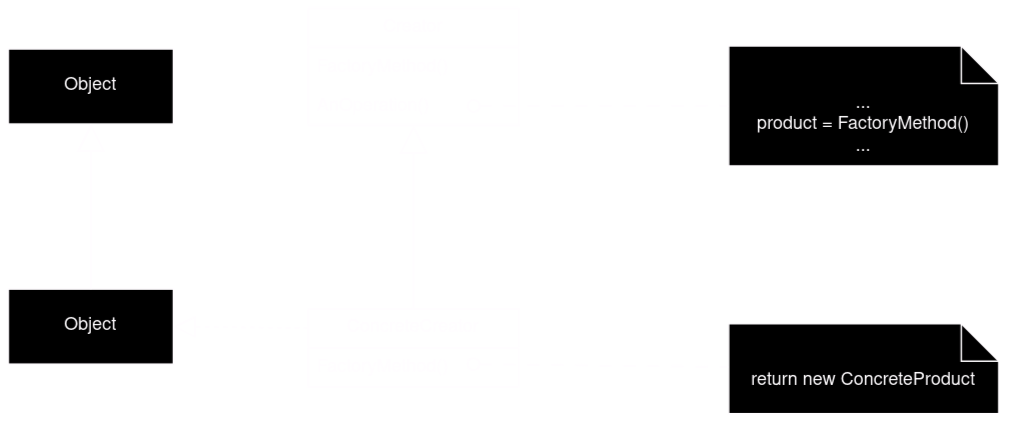
ShivaAndAlba/DesignPatterns keeps this draw.io diagram as Creational Patterns/images/Factory_method.drawio.png. Above is the earlier version. Source tidied: cells renumbered, new cells last; positions are measured from the earlier drawing's top-left corner, leaving out a move shared by most shapes.
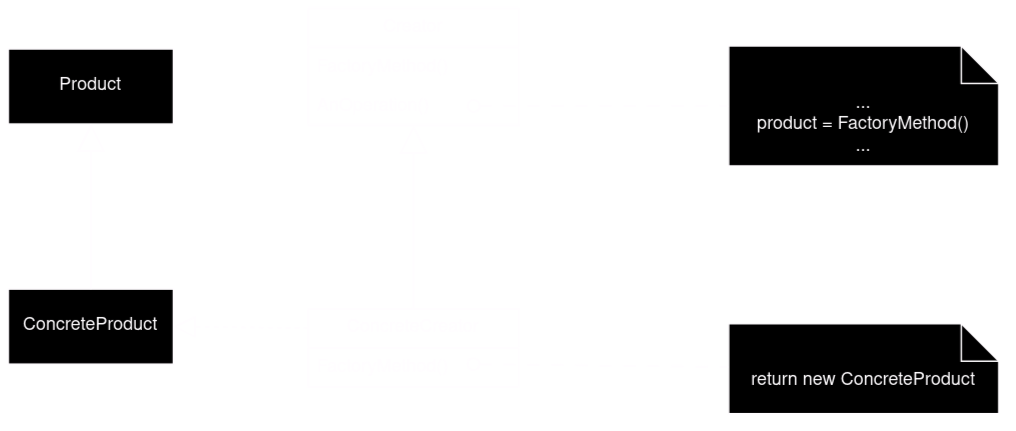
After the change.

Commit message:
Facory method UML and typo

The edit, as a diff of the source:
```diff
@@ -2,10 +2,10 @@
   <root>
     <mxCell id="0" />
     <mxCell id="1" parent="0" />
-    <mxCell id="2" value="Object" style="html=1;whiteSpace=wrap;" parent="1" vertex="1">
+    <mxCell id="2" value="Product" style="html=1;whiteSpace=wrap;" parent="1" vertex="1">
       <mxGeometry y="27" width="110" height="50" as="geometry" />
     </mxCell>
-    <mxCell id="3" value="Object" style="html=1;whiteSpace=wrap;" parent="1" vertex="1">
+    <mxCell id="3" value="ConcreteProduct" style="html=1;whiteSpace=wrap;" parent="1" vertex="1">
       <mxGeometry y="187" width="110" height="50" as="geometry" />
     </mxCell>
     <mxCell id="4" value="ConcreteCreator" style="swimlane;fontStyle=0;horizontal=1;startSize=26;fillColor=none;whiteSpace=wrap;html=1;" parent="1" vertex="1">
```
